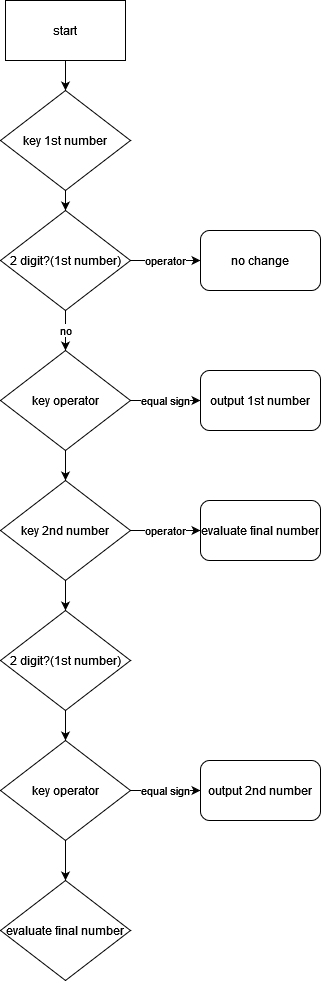
ALdente95/calculator keeps this draw.io diagram as Calculator flowchart.drawio.png. Above is the earlier version. Source tidied: cells renumbered, new cells last; positions are measured from the earlier drawing's top-left corner, leaving out a move shared by most shapes.
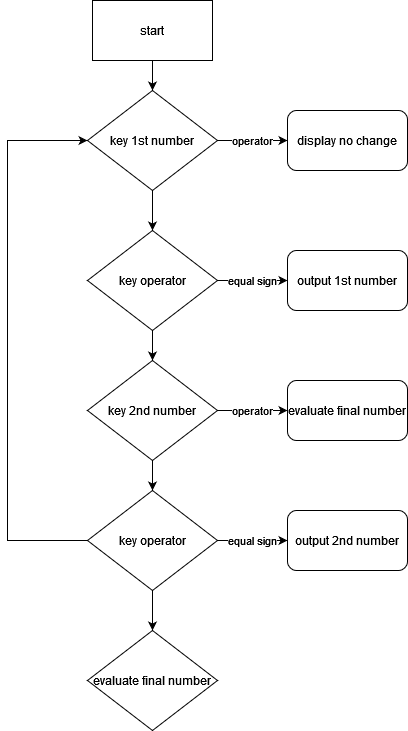
The same diagram one commit later.

The edit, as a diff of the source:
```diff
@@ -8,21 +8,17 @@
     <mxCell id="3" value="start" style="rounded=0;whiteSpace=wrap;html=1;" parent="1" vertex="1">
       <mxGeometry x="5" width="120" height="60" as="geometry" />
     </mxCell>
-    <mxCell id="4" style="edgeStyle=orthogonalEdgeStyle;rounded=0;jettySize=auto;html=1;entryX=0.5;entryY=0;entryDx=0;entryDy=0;" parent="1" edge="1" source="5" target="8">
+    <mxCell id="4" style="edgeStyle=orthogonalEdgeStyle;rounded=0;jettySize=auto;html=1;entryX=0.5;entryY=0;entryDx=0;entryDy=0;" parent="1" edge="1" source="5" target="11">
       <mxGeometry relative="1" as="geometry" />
     </mxCell>
     <mxCell id="5" value="key 1st number" style="rhombus;whiteSpace=wrap;html=1;" parent="1" vertex="1">
       <mxGeometry y="90" width="130" height="100" as="geometry" />
     </mxCell>
-    <mxCell id="6" value="no" style="edgeStyle=orthogonalEdgeStyle;rounded=0;jettySize=auto;html=1;" parent="1" edge="1" source="8" target="11">
-      <mxGeometry relative="1" as="geometry" />
-    </mxCell>
-    <mxCell id="7" value="operator" style="edgeStyle=orthogonalEdgeStyle;rounded=0;jettySize=auto;html=1;entryX=0;entryY=0.5;entryDx=0;entryDy=0;" parent="1" edge="1" source="8" target="24">
-      <mxGeometry relative="1" as="geometry" />
+    <mxCell id="7" value="operator" style="edgeStyle=orthogonalEdgeStyle;rounded=0;jettySize=auto;html=1;entryX=0;entryY=0.5;entryDx=0;entryDy=0;" parent="1" edge="1" target="24">
+      <mxGeometry relative="1" as="geometry">
+        <mxPoint x="130" y="140" as="sourcePoint" />
+      </mxGeometry>
     </mxCell>
-    <mxCell id="8" value="2 digit?(1st number)" style="rhombus;whiteSpace=wrap;html=1;" parent="1" vertex="1">
-      <mxGeometry y="210" width="130" height="100" as="geometry" />
-    </mxCell>
     <mxCell id="9" value="equal sign" style="edgeStyle=orthogonalEdgeStyle;rounded=0;jettySize=auto;html=1;entryX=0;entryY=0.5;entryDx=0;entryDy=0;" parent="1" edge="1" source="11" target="12">
       <mxGeometry relative="1" as="geometry" />
     </mxCell>
@@ -30,46 +26,50 @@
       <mxGeometry relative="1" as="geometry" />
     </mxCell>
     <mxCell id="11" value="key operator " style="rhombus;whiteSpace=wrap;html=1;" parent="1" vertex="1">
-      <mxGeometry y="350" width="130" height="100" as="geometry" />
+      <mxGeometry y="230" width="130" height="100" as="geometry" />
     </mxCell>
     <mxCell id="12" value="output 1st number" style="rounded=1;whiteSpace=wrap;html=1;" parent="1" vertex="1">
-      <mxGeometry x="200" y="370" width="120" height="60" as="geometry" />
+      <mxGeometry x="200" y="250" width="120" height="60" as="geometry" />
     </mxCell>
-    <mxCell id="13" style="edgeStyle=orthogonalEdgeStyle;rounded=0;jettySize=auto;html=1;entryX=0.5;entryY=0;entryDx=0;entryDy=0;" parent="1" edge="1" source="15" target="17">
-      <mxGeometry relative="1" as="geometry" />
+    <mxCell id="13" style="edgeStyle=orthogonalEdgeStyle;rounded=0;jettySize=auto;html=1;entryX=0.5;entryY=0;entryDx=0;entryDy=0;" parent="1" edge="1" source="15">
+      <mxGeometry relative="1" as="geometry">
+        <mxPoint x="65" y="490" as="targetPoint" />
+      </mxGeometry>
     </mxCell>
     <mxCell id="14" value="operator" style="edgeStyle=orthogonalEdgeStyle;rounded=0;jettySize=auto;html=1;" parent="1" edge="1" source="15" target="23">
       <mxGeometry relative="1" as="geometry" />
     </mxCell>
     <mxCell id="15" value="key 2nd number" style="rhombus;whiteSpace=wrap;html=1;" parent="1" vertex="1">
-      <mxGeometry y="480" width="130" height="100" as="geometry" />
+      <mxGeometry y="360" width="130" height="100" as="geometry" />
     </mxCell>
-    <mxCell id="16" style="edgeStyle=orthogonalEdgeStyle;rounded=0;jettySize=auto;html=1;" parent="1" edge="1" source="17" target="20">
-      <mxGeometry relative="1" as="geometry" />
-    </mxCell>
-    <mxCell id="17" value="2 digit?(1st number)" style="rhombus;whiteSpace=wrap;html=1;" parent="1" vertex="1">
-      <mxGeometry y="610" width="130" height="100" as="geometry" />
-    </mxCell>
     <mxCell id="18" value="equal sign" style="edgeStyle=orthogonalEdgeStyle;rounded=0;jettySize=auto;html=1;entryX=0;entryY=0.5;entryDx=0;entryDy=0;" parent="1" edge="1" source="20" target="21">
       <mxGeometry relative="1" as="geometry" />
     </mxCell>
     <mxCell id="19" style="edgeStyle=orthogonalEdgeStyle;rounded=0;jettySize=auto;html=1;entryX=0.5;entryY=0;entryDx=0;entryDy=0;" parent="1" edge="1" source="20" target="22">
       <mxGeometry relative="1" as="geometry" />
     </mxCell>
+    <mxCell id="25" style="edgeStyle=orthogonalEdgeStyle;rounded=0;jettySize=auto;html=1;entryX=0;entryY=0.5;entryDx=0;entryDy=0;" parent="1" edge="1" source="20" target="5">
+      <mxGeometry relative="1" as="geometry">
+        <Array as="points">
+          <mxPoint x="-80" y="540" />
+          <mxPoint x="-80" y="140" />
+        </Array>
+      </mxGeometry>
+    </mxCell>
     <mxCell id="20" value="key operator " style="rhombus;whiteSpace=wrap;html=1;" parent="1" vertex="1">
-      <mxGeometry y="740" width="130" height="100" as="geometry" />
+      <mxGeometry y="490" width="130" height="100" as="geometry" />
     </mxCell>
     <mxCell id="21" value="output 2nd number" style="rounded=1;whiteSpace=wrap;html=1;" parent="1" vertex="1">
-      <mxGeometry x="200" y="760" width="120" height="60" as="geometry" />
+      <mxGeometry x="200" y="510" width="120" height="60" as="geometry" />
     </mxCell>
     <mxCell id="22" value="evaluate final number" style="rhombus;whiteSpace=wrap;html=1;" parent="1" vertex="1">
-      <mxGeometry y="880" width="130" height="100" as="geometry" />
+      <mxGeometry y="630" width="130" height="100" as="geometry" />
     </mxCell>
     <mxCell id="23" value="evaluate final number" style="rounded=1;whiteSpace=wrap;html=1;" parent="1" vertex="1">
-      <mxGeometry x="200" y="500" width="120" height="60" as="geometry" />
+      <mxGeometry x="200" y="380" width="120" height="60" as="geometry" />
     </mxCell>
-    <mxCell id="24" value="no change" style="rounded=1;whiteSpace=wrap;html=1;" parent="1" vertex="1">
-      <mxGeometry x="200" y="230" width="120" height="60" as="geometry" />
+    <mxCell id="24" value="display no change" style="rounded=1;whiteSpace=wrap;html=1;" parent="1" vertex="1">
+      <mxGeometry x="200" y="110" width="120" height="60" as="geometry" />
     </mxCell>
   </root>
 </mxGraphModel>
```
